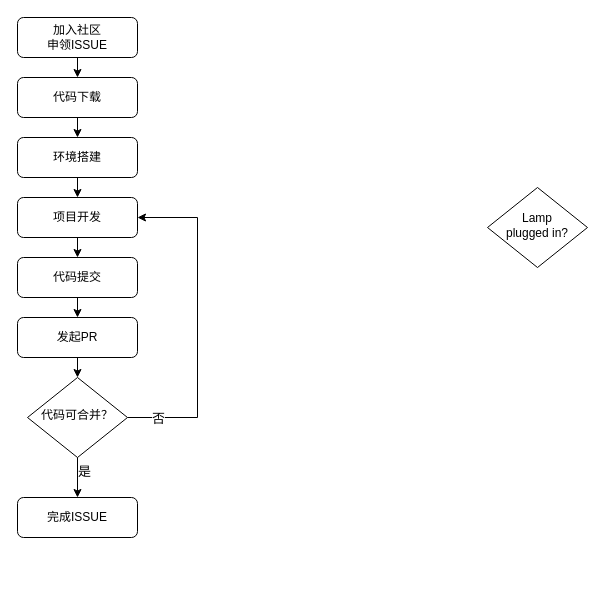
This is 项目实训流程图n.drawio from ShiaoYoung/ShiaoYoung, a draw.io file, before an edit. Source tidied: cells renumbered, new cells numbered last; positions are measured from the earlier drawing's top-left corner, leaving out a move shared by most shapes. Both pictures are drawn from the tidied source at 100%, with x=0, y=0 at pixel (17, 17).
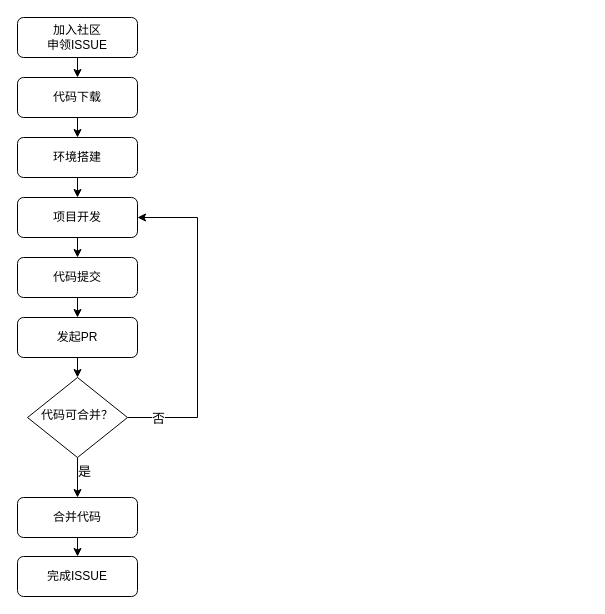
The same page after the edit.

Commit message (it also covers changes not shown here):
更新项目实训流程图n.drawio

Change to the diagram source:
```diff
@@
-    <mxCell id="4" value="Lamp&lt;br&gt;plugged in?" style="rhombus;whiteSpace=wrap;html=1;shadow=0;fontFamily=Helvetica;fontSize=12;align=center;strokeWidth=1;spacing=6;spacingTop=-4;labelBackgroundColor=none;" parent="1" vertex="1">
-      <mxGeometry x="470" y="170" width="100" height="80" as="geometry" />
-    </mxCell>
@@
+    <mxCell id="21" style="edgeStyle=orthogonalEdgeStyle;rounded=0;jettySize=auto;html=1;exitX=0.5;exitY=1;exitDx=0;exitDy=0;entryX=0.5;entryY=0;entryDx=0;entryDy=0;" parent="1" edge="1" source="18" target="22">
+      <mxGeometry relative="1" as="geometry" />
+    </mxCell>
-    <mxCell id="18" value="完成ISSUE" style="rounded=1;whiteSpace=wrap;html=1;fontSize=12;glass=0;strokeWidth=1;shadow=0;labelBackgroundColor=none;" parent="1" vertex="1">
+    <mxCell id="18" value="合并代码" style="rounded=1;whiteSpace=wrap;html=1;fontSize=12;glass=0;strokeWidth=1;shadow=0;labelBackgroundColor=none;" parent="1" vertex="1">
       <mxGeometry y="480" width="120" height="40" as="geometry" />
     </mxCell>
@@
+    <mxCell id="22" value="完成ISSUE" style="rounded=1;whiteSpace=wrap;html=1;fontSize=12;glass=0;strokeWidth=1;shadow=0;labelBackgroundColor=none;" parent="1" vertex="1">
+      <mxGeometry y="539" width="120" height="40" as="geometry" />
+    </mxCell>
```
